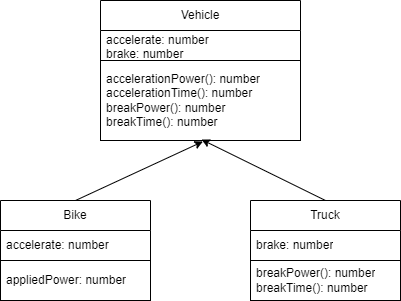
The draw.io diagram Unit2-09/Designs/cd.png in KaitlynIp64/ICS4U-Unit2-Kaitlyn-Ip, before a commit. Source tidied: cells renumbered, new cells last; positions are measured from the earlier drawing's top-left corner, leaving out a move shared by most shapes.
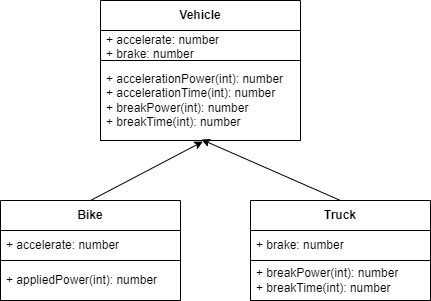
Later version of the same file.

Diff of the diagram source:
```diff
@@ -2,38 +2,38 @@
   <root>
     <mxCell id="0" />
     <mxCell id="1" parent="0" />
-    <mxCell id="2" value="Vehicle" style="swimlane;fontStyle=0;horizontal=1;startSize=30;whiteSpace=wrap;html=1;strokeColor=#000000;" parent="1" vertex="1">
+    <mxCell id="2" value="&lt;b&gt;Vehicle&lt;/b&gt;" style="swimlane;fontStyle=0;horizontal=1;startSize=30;whiteSpace=wrap;html=1;strokeColor=#000000;" parent="1" vertex="1">
       <mxGeometry x="100" width="200" height="140" as="geometry" />
     </mxCell>
-    <mxCell id="3" value="accelerate: number&lt;br&gt;brake: number" style="text;strokeColor=none;fillColor=none;align=left;verticalAlign=middle;spacingLeft=4;spacingRight=4;overflow=hidden;whiteSpace=wrap;html=1;" parent="2" vertex="1">
+    <mxCell id="3" value="+ accelerate: number&lt;br&gt;+ brake: number" style="text;strokeColor=none;fillColor=none;align=left;verticalAlign=middle;spacingLeft=4;spacingRight=4;overflow=hidden;whiteSpace=wrap;html=1;" parent="2" vertex="1">
       <mxGeometry y="30" width="200" height="30" as="geometry" />
     </mxCell>
-    <mxCell id="4" value="accelerationPower(): number&lt;br&gt;accelerationTime(): number&lt;br&gt;breakPower(): number&lt;br&gt;breakTime(): number" style="text;strokeColor=#000000;fillColor=none;align=left;verticalAlign=middle;spacingLeft=4;spacingRight=4;overflow=hidden;points=[[0,0.5],[1,0.5]];portConstraint=eastwest;whiteSpace=wrap;html=1;" parent="2" vertex="1">
+    <mxCell id="4" value="+ accelerationPower(int): number&lt;br&gt;+ accelerationTime(int): number&lt;br&gt;+ breakPower(int): number&lt;br&gt;+ breakTime(int): number" style="text;strokeColor=#000000;fillColor=none;align=left;verticalAlign=middle;spacingLeft=4;spacingRight=4;overflow=hidden;points=[[0,0.5],[1,0.5]];portConstraint=eastwest;whiteSpace=wrap;html=1;" parent="2" vertex="1">
       <mxGeometry y="60" width="200" height="80" as="geometry" />
     </mxCell>
     <mxCell id="5" style="edgeStyle=none;html=1;exitX=0.5;exitY=0;exitDx=0;exitDy=0;entryX=0.505;entryY=0.988;entryDx=0;entryDy=0;entryPerimeter=0;" parent="1" edge="1" source="6" target="4">
       <mxGeometry relative="1" as="geometry" />
     </mxCell>
-    <mxCell id="6" value="Truck" style="swimlane;fontStyle=0;horizontal=1;startSize=30;whiteSpace=wrap;html=1;strokeColor=#000000;" parent="1" vertex="1">
-      <mxGeometry x="250" y="200" width="150" height="100" as="geometry" />
+    <mxCell id="6" value="&lt;b&gt;Truck&lt;/b&gt;" style="swimlane;fontStyle=0;horizontal=1;startSize=30;whiteSpace=wrap;html=1;strokeColor=#000000;" parent="1" vertex="1">
+      <mxGeometry x="250" y="200" width="180" height="100" as="geometry" />
     </mxCell>
-    <mxCell id="7" value="brake: number" style="text;strokeColor=none;fillColor=none;align=left;verticalAlign=middle;spacingLeft=4;spacingRight=4;overflow=hidden;whiteSpace=wrap;html=1;" parent="6" vertex="1">
-      <mxGeometry y="30" width="150" height="30" as="geometry" />
+    <mxCell id="7" value="+ brake: number" style="text;strokeColor=none;fillColor=none;align=left;verticalAlign=middle;spacingLeft=4;spacingRight=4;overflow=hidden;whiteSpace=wrap;html=1;" parent="6" vertex="1">
+      <mxGeometry y="30" width="180" height="30" as="geometry" />
     </mxCell>
-    <mxCell id="8" value="breakPower(): number&lt;br&gt;breakTime(): number" style="text;strokeColor=#000000;fillColor=none;align=left;verticalAlign=middle;spacingLeft=4;spacingRight=4;overflow=hidden;whiteSpace=wrap;html=1;" parent="6" vertex="1">
-      <mxGeometry y="60" width="150" height="40" as="geometry" />
+    <mxCell id="8" value="+ breakPower(int): number&lt;br&gt;+ breakTime(int): number" style="text;strokeColor=#000000;fillColor=none;align=left;verticalAlign=middle;spacingLeft=4;spacingRight=4;overflow=hidden;whiteSpace=wrap;html=1;" parent="6" vertex="1">
+      <mxGeometry y="60" width="180" height="40" as="geometry" />
     </mxCell>
     <mxCell id="9" style="edgeStyle=none;html=1;exitX=0.5;exitY=0;exitDx=0;exitDy=0;entryX=0.512;entryY=1.013;entryDx=0;entryDy=0;entryPerimeter=0;" parent="1" edge="1" source="10" target="4">
       <mxGeometry relative="1" as="geometry" />
     </mxCell>
-    <mxCell id="10" value="Bike" style="swimlane;fontStyle=0;horizontal=1;startSize=30;whiteSpace=wrap;html=1;strokeColor=#000000;" parent="1" vertex="1">
-      <mxGeometry y="200" width="150" height="100" as="geometry" />
+    <mxCell id="10" value="&lt;b&gt;Bike&lt;/b&gt;" style="swimlane;fontStyle=0;horizontal=1;startSize=30;whiteSpace=wrap;html=1;strokeColor=#000000;" parent="1" vertex="1">
+      <mxGeometry y="200" width="180" height="100" as="geometry" />
     </mxCell>
-    <mxCell id="11" value="accelerate: number" style="text;strokeColor=none;fillColor=none;align=left;verticalAlign=middle;spacingLeft=4;spacingRight=4;overflow=hidden;whiteSpace=wrap;html=1;" parent="10" vertex="1">
-      <mxGeometry y="30" width="150" height="30" as="geometry" />
+    <mxCell id="11" value="+ accelerate: number" style="text;strokeColor=none;fillColor=none;align=left;verticalAlign=middle;spacingLeft=4;spacingRight=4;overflow=hidden;whiteSpace=wrap;html=1;" parent="10" vertex="1">
+      <mxGeometry y="30" width="180" height="30" as="geometry" />
     </mxCell>
-    <mxCell id="12" value="appliedPower: number" style="text;strokeColor=#000000;fillColor=none;align=left;verticalAlign=middle;spacingLeft=4;spacingRight=4;overflow=hidden;whiteSpace=wrap;html=1;" parent="10" vertex="1">
-      <mxGeometry y="60" width="150" height="40" as="geometry" />
+    <mxCell id="12" value="+ appliedPower(int): number" style="text;strokeColor=#000000;fillColor=none;align=left;verticalAlign=middle;spacingLeft=4;spacingRight=4;overflow=hidden;whiteSpace=wrap;html=1;" parent="10" vertex="1">
+      <mxGeometry y="60" width="180" height="40" as="geometry" />
     </mxCell>
   </root>
 </mxGraphModel>
```
